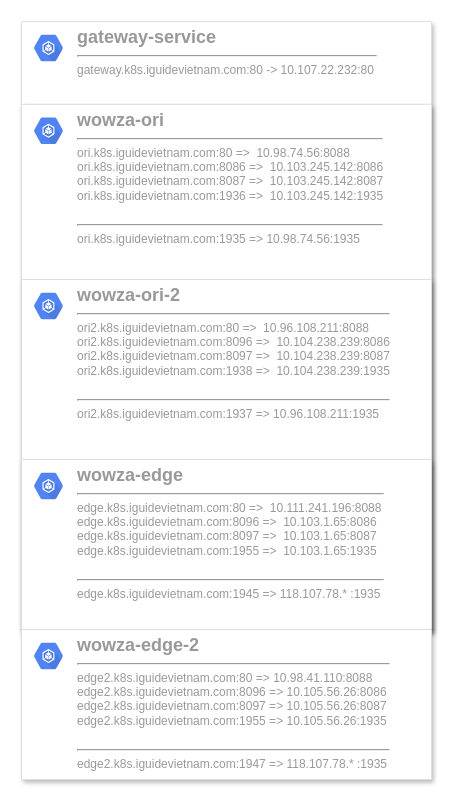
Before: page "test" (1 of 2) of service workflow/service.drawio in TheMacCuoi/streaming-services-structure, a draw.io diagram. Source tidied: cells renumbered, new cells numbered last; positions are measured from the earlier drawing's top-left corner, leaving out a move shared by most shapes. Both pictures are drawn from the tidied source at 100%, with x=0, y=0 at pixel (21, 21).
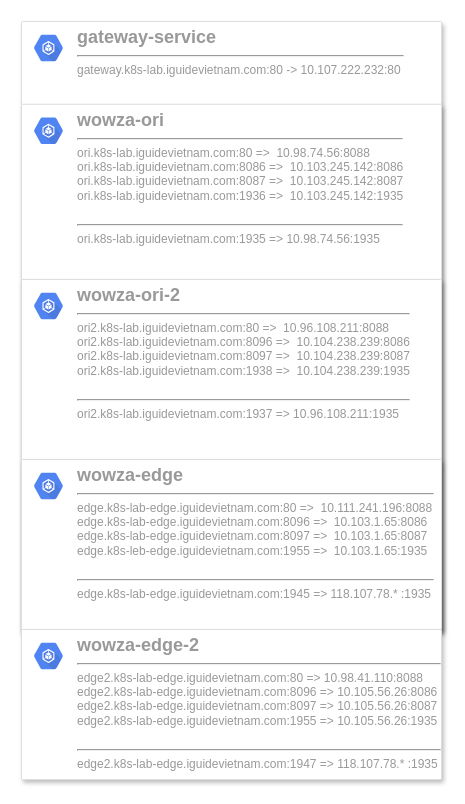
Above is the later version.

Change to the diagram source:
```diff
@@
 <mxGraphModel>
   <root>
     <mxCell id="0" />
     <mxCell id="1" parent="0" />
     <mxCell id="2" style="strokeColor=#dddddd;fillColor=#ffffff;shadow=1;strokeWidth=1;rounded=1;absoluteArcSize=1;arcSize=2;fontSize=11;fontColor=#9E9E9E;align=center;html=1;" parent="1" vertex="1">
-      <mxGeometry width="410" height="610" as="geometry" />
+      <mxGeometry width="420" height="610" as="geometry" />
     </mxCell>
-    <mxCell id="3" value="&lt;b&gt;&lt;font style=&quot;font-size: 18px;&quot;&gt;gateway-service&lt;/font&gt;&lt;/b&gt;&lt;br&gt;&lt;hr&gt;gateway.k8s.iguidevietnam.com:80 -&amp;gt;&amp;nbsp;10.107.22.232:80&amp;nbsp;" style="dashed=0;html=1;fillColor=#5184F3;strokeColor=none;shape=mxgraph.gcp2.hexIcon;prIcon=container_engine;labelPosition=right;verticalLabelPosition=middle;align=left;verticalAlign=top;spacingLeft=5;fontColor=#999999;fontSize=12;spacingTop=-8;" parent="2" vertex="1">
+    <mxCell id="3" value="&lt;b&gt;&lt;font style=&quot;font-size: 18px;&quot;&gt;gateway-service&lt;/font&gt;&lt;/b&gt;&lt;br&gt;&lt;hr&gt;gateway.k8s-lab.iguidevietnam.com:80 -&amp;gt;&amp;nbsp;10.107.222.232:80&amp;nbsp;" style="dashed=0;html=1;fillColor=#5184F3;strokeColor=none;shape=mxgraph.gcp2.hexIcon;prIcon=container_engine;labelPosition=right;verticalLabelPosition=middle;align=left;verticalAlign=top;spacingLeft=5;fontColor=#999999;fontSize=12;spacingTop=-8;" parent="2" vertex="1">
       <mxGeometry width="44" height="39" relative="1" as="geometry">
         <mxPoint x="5" y="7" as="offset" />
       </mxGeometry>
     </mxCell>
     <mxCell id="4" style="strokeColor=#dddddd;fillColor=#ffffff;shadow=1;strokeWidth=1;rounded=1;absoluteArcSize=1;arcSize=2;fontSize=11;fontColor=#9E9E9E;align=center;html=1;" parent="2" vertex="1">
-      <mxGeometry y="82.8" width="410" height="527.2" as="geometry" />
+      <mxGeometry y="82.8" width="420" height="527.2" as="geometry" />
     </mxCell>
-    <mxCell id="5" value="&lt;b&gt;&lt;font style=&quot;&quot;&gt;&lt;font style=&quot;font-size: 18px;&quot;&gt;wowza-ori&lt;/font&gt;&lt;br&gt;&lt;/font&gt;&lt;/b&gt;&lt;hr&gt;ori.k8s.iguidevietnam.com:80 =&amp;gt;&amp;nbsp; 10.98.74.56:8088&lt;br&gt;ori.k8s.iguidevietnam.com:8086 =&amp;gt;&amp;nbsp; 10.103.245.142:8086&lt;br&gt;ori.k8s.iguidevietnam.com:8087 =&amp;gt;&amp;nbsp; 10.103.245.142:8087&lt;br&gt;ori.k8s.iguidevietnam.com:1936 =&amp;gt;&amp;nbsp; 10.103.245.142:1935&lt;br&gt;&lt;br style=&quot;border-color: var(--border-color);&quot;&gt;&lt;hr style=&quot;border-color: var(--border-color);&quot;&gt;ori.k8s.iguidevietnam.com:1935 =&amp;gt;&amp;nbsp;10.98.74.56:1935&amp;nbsp;" style="dashed=0;html=1;fillColor=#5184F3;strokeColor=none;shape=mxgraph.gcp2.hexIcon;prIcon=container_engine;labelPosition=right;verticalLabelPosition=middle;align=left;verticalAlign=top;spacingLeft=5;fontColor=#999999;fontSize=12;spacingTop=-8;" parent="4" vertex="1">
+    <mxCell id="5" value="&lt;b&gt;&lt;font style=&quot;&quot;&gt;&lt;font style=&quot;font-size: 18px;&quot;&gt;wowza-ori&lt;/font&gt;&lt;br&gt;&lt;/font&gt;&lt;/b&gt;&lt;hr&gt;ori.k8s-lab.iguidevietnam.com:80 =&amp;gt;&amp;nbsp; 10.98.74.56:8088&lt;br&gt;ori.k8s-lab.iguidevietnam.com:8086 =&amp;gt;&amp;nbsp; 10.103.245.142:8086&lt;br&gt;ori.k8s-lab.iguidevietnam.com:8087 =&amp;gt;&amp;nbsp; 10.103.245.142:8087&lt;br&gt;ori.k8s-lab.iguidevietnam.com:1936 =&amp;gt;&amp;nbsp; 10.103.245.142:1935&lt;br&gt;&lt;br style=&quot;border-color: var(--border-color);&quot;&gt;&lt;hr style=&quot;border-color: var(--border-color);&quot;&gt;ori.k8s-lab.iguidevietnam.com:1935 =&amp;gt;&amp;nbsp;10.98.74.56:1935&amp;nbsp;" style="dashed=0;html=1;fillColor=#5184F3;strokeColor=none;shape=mxgraph.gcp2.hexIcon;prIcon=container_engine;labelPosition=right;verticalLabelPosition=middle;align=left;verticalAlign=top;spacingLeft=5;fontColor=#999999;fontSize=12;spacingTop=-8;" parent="4" vertex="1">
       <mxGeometry width="44" height="39" relative="1" as="geometry">
         <mxPoint x="5" y="7" as="offset" />
       </mxGeometry>
     </mxCell>
     <mxCell id="6" style="strokeColor=#dddddd;fillColor=#ffffff;shadow=1;strokeWidth=1;rounded=1;absoluteArcSize=1;arcSize=2;fontSize=11;fontColor=#9E9E9E;align=center;html=1;" parent="4" vertex="1">
-      <mxGeometry y="175.2" width="410" height="350" as="geometry" />
+      <mxGeometry y="175.2" width="420" height="350" as="geometry" />
     </mxCell>
-    <mxCell id="7" value="&lt;b&gt;&lt;font style=&quot;&quot;&gt;&lt;font style=&quot;font-size: 18px;&quot;&gt;wowza-ori-2&lt;/font&gt;&lt;br&gt;&lt;/font&gt;&lt;/b&gt;&lt;hr&gt;ori2.k8s.iguidevietnam.com:80 =&amp;gt;&amp;nbsp;&amp;nbsp;10.96.108.211:8088&lt;br&gt;ori2.k8s.iguidevietnam.com:8096 =&amp;gt;&amp;nbsp; 10.104.238.239:8086&lt;br&gt;ori2.k8s.iguidevietnam.com:8097 =&amp;gt;&amp;nbsp; 10.104.238.239:8087&lt;br&gt;ori2.k8s.iguidevietnam.com:1938 =&amp;gt;&amp;nbsp; 10.104.238.239:1935&lt;br&gt;&lt;br style=&quot;border-color: var(--border-color);&quot;&gt;&lt;hr style=&quot;border-color: var(--border-color);&quot;&gt;ori2.k8s.iguidevietnam.com:1937 =&amp;gt; 10.96.108.211:1935&amp;nbsp;" style="dashed=0;html=1;fillColor=#5184F3;strokeColor=none;shape=mxgraph.gcp2.hexIcon;prIcon=container_engine;labelPosition=right;verticalLabelPosition=middle;align=left;verticalAlign=top;spacingLeft=5;fontColor=#999999;fontSize=12;spacingTop=-8;" parent="6" vertex="1">
+    <mxCell id="7" value="&lt;b&gt;&lt;font style=&quot;&quot;&gt;&lt;font style=&quot;font-size: 18px;&quot;&gt;wowza-ori-2&lt;/font&gt;&lt;br&gt;&lt;/font&gt;&lt;/b&gt;&lt;hr&gt;ori2.k8s-lab.iguidevietnam.com:80 =&amp;gt;&amp;nbsp;&amp;nbsp;10.96.108.211:8088&lt;br&gt;ori2.k8s-lab.iguidevietnam.com:8096 =&amp;gt;&amp;nbsp; 10.104.238.239:8086&lt;br&gt;ori2.k8s-lab.iguidevietnam.com:8097 =&amp;gt;&amp;nbsp; 10.104.238.239:8087&lt;br&gt;ori2.k8s-lab.iguidevietnam.com:1938 =&amp;gt;&amp;nbsp; 10.104.238.239:1935&lt;br&gt;&lt;br style=&quot;border-color: var(--border-color);&quot;&gt;&lt;hr style=&quot;border-color: var(--border-color);&quot;&gt;ori2.k8s-lab.iguidevietnam.com:1937 =&amp;gt; 10.96.108.211:1935&amp;nbsp;" style="dashed=0;html=1;fillColor=#5184F3;strokeColor=none;shape=mxgraph.gcp2.hexIcon;prIcon=container_engine;labelPosition=right;verticalLabelPosition=middle;align=left;verticalAlign=top;spacingLeft=5;fontColor=#999999;fontSize=12;spacingTop=-8;" parent="6" vertex="1">
       <mxGeometry width="44" height="39" relative="1" as="geometry">
         <mxPoint x="5" y="7" as="offset" />
       </mxGeometry>
     </mxCell>
     <mxCell id="8" style="strokeColor=#dddddd;fillColor=#ffffff;shadow=1;strokeWidth=1;rounded=1;absoluteArcSize=1;arcSize=2;fontSize=11;fontColor=#9E9E9E;align=center;html=1;" parent="6" vertex="1">
-      <mxGeometry y="180" width="410" height="170" as="geometry" />
+      <mxGeometry y="180" width="420" height="170" as="geometry" />
     </mxCell>
-    <mxCell id="9" value="&lt;b&gt;&lt;font style=&quot;&quot;&gt;&lt;font style=&quot;font-size: 18px;&quot;&gt;wowza-edge&lt;/font&gt;&lt;br&gt;&lt;/font&gt;&lt;/b&gt;&lt;hr&gt;edge.k8s.iguidevietnam.com:80 =&amp;gt;&amp;nbsp;&amp;nbsp;10.111.241.196:8088&lt;br&gt;edge.k8s.iguidevietnam.com:8096 =&amp;gt;&amp;nbsp; 10.103.1.65:8086&lt;br&gt;edge.k8s.iguidevietnam.com:8097 =&amp;gt;&amp;nbsp; 10.103.1.65:8087&lt;br&gt;edge.k8s.iguidevietnam.com:1955 =&amp;gt;&amp;nbsp;&amp;nbsp;10.103.1.65:1935&lt;br&gt;&lt;br style=&quot;border-color: var(--border-color);&quot;&gt;&lt;hr style=&quot;border-color: var(--border-color);&quot;&gt;edge.k8s.iguidevietnam.com:1945 =&amp;gt; 118.107.78.* :1935&amp;nbsp;" style="dashed=0;html=1;fillColor=#5184F3;strokeColor=none;shape=mxgraph.gcp2.hexIcon;prIcon=container_engine;labelPosition=right;verticalLabelPosition=middle;align=left;verticalAlign=top;spacingLeft=5;fontColor=#999999;fontSize=12;spacingTop=-8;" parent="8" vertex="1">
+    <mxCell id="9" value="&lt;b&gt;&lt;font style=&quot;&quot;&gt;&lt;font style=&quot;font-size: 18px;&quot;&gt;wowza-edge&lt;/font&gt;&lt;br&gt;&lt;/font&gt;&lt;/b&gt;&lt;hr&gt;edge.k8s-lab-edge.iguidevietnam.com:80 =&amp;gt;&amp;nbsp;&amp;nbsp;10.111.241.196:8088&lt;br&gt;edge.k8s-lab-edge.iguidevietnam.com:8096 =&amp;gt;&amp;nbsp; 10.103.1.65:8086&lt;br&gt;edge.k8s-lab-edge.iguidevietnam.com:8097 =&amp;gt;&amp;nbsp; 10.103.1.65:8087&lt;br&gt;edge.k8s-leb-edge.iguidevietnam.com:1955 =&amp;gt;&amp;nbsp;&amp;nbsp;10.103.1.65:1935&lt;br&gt;&lt;br style=&quot;border-color: var(--border-color);&quot;&gt;&lt;hr style=&quot;border-color: var(--border-color);&quot;&gt;edge.k8s-lab-edge.iguidevietnam.com:1945 =&amp;gt; 118.107.78.* :1935&amp;nbsp;" style="dashed=0;html=1;fillColor=#5184F3;strokeColor=none;shape=mxgraph.gcp2.hexIcon;prIcon=container_engine;labelPosition=right;verticalLabelPosition=middle;align=left;verticalAlign=top;spacingLeft=5;fontColor=#999999;fontSize=12;spacingTop=-8;" parent="8" vertex="1">
       <mxGeometry width="44" height="39" relative="1" as="geometry">
         <mxPoint x="5" y="7" as="offset" />
       </mxGeometry>
     </mxCell>
     <mxCell id="10" style="strokeColor=#dddddd;fillColor=#ffffff;shadow=1;strokeWidth=1;rounded=1;absoluteArcSize=1;arcSize=2;fontSize=11;fontColor=#9E9E9E;align=center;html=1;" parent="8" vertex="1">
-      <mxGeometry y="170" width="410" height="150" as="geometry" />
+      <mxGeometry y="170" width="420" height="150" as="geometry" />
     </mxCell>
-    <mxCell id="11" value="&lt;b&gt;&lt;font style=&quot;&quot;&gt;&lt;font style=&quot;font-size: 18px;&quot;&gt;wowza-edge-2&lt;/font&gt;&lt;br&gt;&lt;/font&gt;&lt;/b&gt;&lt;hr&gt;edge2.k8s.iguidevietnam.com:80 =&amp;gt; 10.98.41.110:8088&lt;br&gt;edge2.k8s.iguidevietnam.com:8096 =&amp;gt; 10.105.56.26:8086&lt;br&gt;edge2.k8s.iguidevietnam.com:8097 =&amp;gt;&amp;nbsp;10.105.56.26:8087&lt;br&gt;edge2.k8s.iguidevietnam.com:1955 =&amp;gt; 10.105.56.26:1935&lt;br&gt;&lt;br style=&quot;border-color: var(--border-color);&quot;&gt;&lt;hr style=&quot;border-color: var(--border-color);&quot;&gt;edge2.k8s.iguidevietnam.com:1947 =&amp;gt; 118.107.78.* :1935&amp;nbsp;" style="dashed=0;html=1;fillColor=#5184F3;strokeColor=none;shape=mxgraph.gcp2.hexIcon;prIcon=container_engine;labelPosition=right;verticalLabelPosition=middle;align=left;verticalAlign=top;spacingLeft=5;fontColor=#999999;fontSize=12;spacingTop=-8;" parent="10" vertex="1">
+    <mxCell id="11" value="&lt;b&gt;&lt;font style=&quot;&quot;&gt;&lt;font style=&quot;font-size: 18px;&quot;&gt;wowza-edge-2&lt;/font&gt;&lt;br&gt;&lt;/font&gt;&lt;/b&gt;&lt;hr&gt;edge2.k8s-lab-edge.iguidevietnam.com:80 =&amp;gt; 10.98.41.110:8088&lt;br&gt;edge2.k8s-lab-edge.iguidevietnam.com:8096 =&amp;gt; 10.105.56.26:8086&lt;br&gt;edge2.k8s-lab-edge.iguidevietnam.com:8097 =&amp;gt;&amp;nbsp;10.105.56.26:8087&lt;br&gt;edge2.k8s-lab-edge.iguidevietnam.com:1955 =&amp;gt; 10.105.56.26:1935&lt;br&gt;&lt;br style=&quot;border-color: var(--border-color);&quot;&gt;&lt;hr style=&quot;border-color: var(--border-color);&quot;&gt;edge2.k8s-lab-edge.iguidevietnam.com:1947 =&amp;gt; 118.107.78.* :1935&amp;nbsp;" style="dashed=0;html=1;fillColor=#5184F3;strokeColor=none;shape=mxgraph.gcp2.hexIcon;prIcon=container_engine;labelPosition=right;verticalLabelPosition=middle;align=left;verticalAlign=top;spacingLeft=5;fontColor=#999999;fontSize=12;spacingTop=-8;" parent="10" vertex="1">
       <mxGeometry width="44" height="39" relative="1" as="geometry">
         <mxPoint x="5" y="7" as="offset" />
       </mxGeometry>
     </mxCell>
   </root>
 </mxGraphModel>
```
